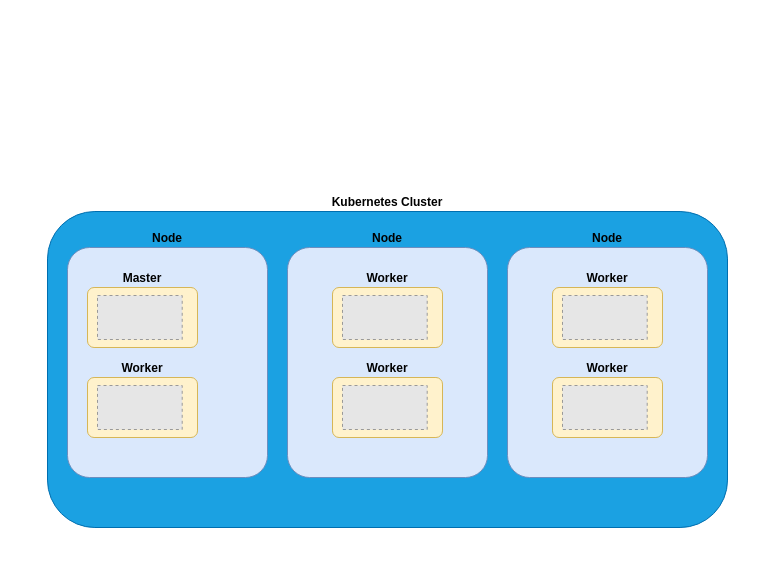
Earlier version of the draw.io diagram Untitled Diagram.drawio (kringen/kube-spark-cluster). Source tidied: cells renumbered, new cells numbered last; positions are measured from the earlier drawing's top-left corner, leaving out a move shared by most shapes. Both pictures are drawn from the tidied source at 100%, with x=0, y=0 at pixel (47, 211). Pictures stored in the file or linked from it are replaced by grey dashed boxes.
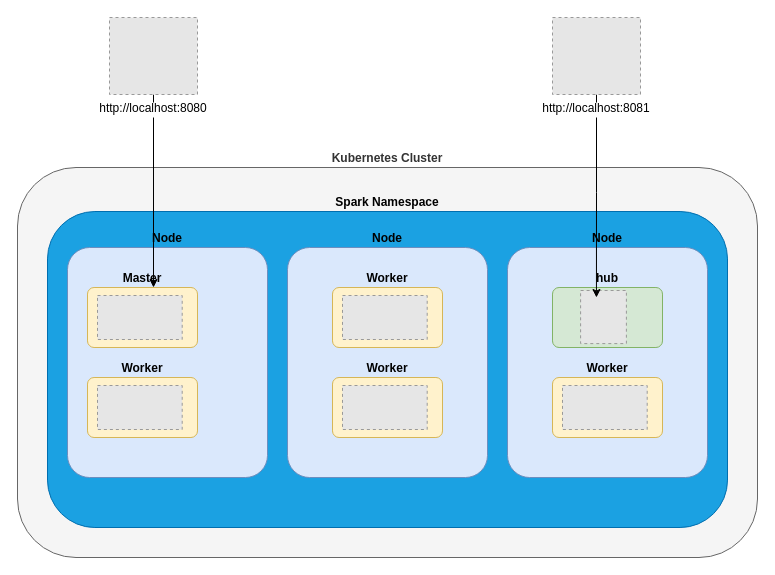
After the change.

Unchanged cells that the change refers to:
```xml
<mxCell id="6" value="Master" style="rounded=1;whiteSpace=wrap;html=1;fillColor=#fff2cc;strokeColor=#d6b656;labelPosition=center;verticalLabelPosition=top;align=center;verticalAlign=bottom;fontStyle=1;arcSize=11;" parent="1" vertex="1">
  <mxGeometry x="40" y="76" width="110" height="60" as="geometry" />
</mxCell>
```

Change to the diagram source:
```diff
@@
+    <mxCell id="18" value="Kubernetes Cluster" style="rounded=1;whiteSpace=wrap;html=1;fillColor=#f5f5f5;strokeColor=#666666;labelPosition=center;verticalLabelPosition=top;align=center;verticalAlign=bottom;fontStyle=1;fontColor=#333333;" parent="1" vertex="1">
+      <mxGeometry x="-30" y="-44" width="740" height="390" as="geometry" />
+    </mxCell>
-    <mxCell id="2" value="Kubernetes Cluster" style="rounded=1;whiteSpace=wrap;html=1;fillColor=#1ba1e2;strokeColor=#006EAF;labelPosition=center;verticalLabelPosition=top;align=center;verticalAlign=bottom;fontStyle=1;" parent="1" vertex="1">
+    <mxCell id="2" value="Spark Namespace" style="rounded=1;whiteSpace=wrap;html=1;fillColor=#1ba1e2;strokeColor=#006EAF;labelPosition=center;verticalLabelPosition=top;align=center;verticalAlign=bottom;fontStyle=1;" parent="1" vertex="1">
       <mxGeometry width="680" height="316" as="geometry" />
     </mxCell>
@@
-    <mxCell id="10" value="Worker" style="rounded=1;whiteSpace=wrap;html=1;fillColor=#fff2cc;strokeColor=#d6b656;labelPosition=center;verticalLabelPosition=top;align=center;verticalAlign=bottom;fontStyle=1;arcSize=11;" parent="1" vertex="1">
-      <mxGeometry x="505" y="76" width="110" height="60" as="geometry" />
-    </mxCell>
-    <mxCell id="11" style="fillColor=#E6E6E6;strokeColor=#999999;dashed=1;verticalLabelPosition=bottom;labelBackgroundColor=#ffffff;verticalAlign=top;" parent="1" vertex="1">
-      <mxGeometry x="515" y="84" width="84.7" height="44" as="geometry" />
-    </mxCell>
@@
+    <mxCell id="19" style="edgeStyle=orthogonalEdgeStyle;rounded=0;jettySize=auto;html=1;entryX=0.6;entryY=0;entryDx=0;entryDy=0;entryPerimeter=0;fontColor=#000000;" parent="1" edge="1" source="20" target="6">
+      <mxGeometry relative="1" as="geometry" />
+    </mxCell>
+    <mxCell id="20" value="http://localhost:8080" style="fillColor=#E6E6E6;strokeColor=#999999;dashed=1;verticalLabelPosition=bottom;labelBackgroundColor=#ffffff;verticalAlign=top;fontColor=#000000;" parent="1" vertex="1">
+      <mxGeometry x="62" y="-194" width="88" height="77" as="geometry" />
+    </mxCell>
+    <mxCell id="21" value="hub" style="rounded=1;whiteSpace=wrap;html=1;fillColor=#d5e8d4;strokeColor=#82b366;labelPosition=center;verticalLabelPosition=top;align=center;verticalAlign=bottom;fontStyle=1;arcSize=11;" parent="1" vertex="1">
+      <mxGeometry x="505" y="76" width="110" height="60" as="geometry" />
+    </mxCell>
+    <mxCell id="22" style="fillColor=#E6E6E6;strokeColor=#999999;dashed=1;verticalLabelPosition=bottom;labelBackgroundColor=#ffffff;verticalAlign=top;" parent="1" vertex="1">
+      <mxGeometry x="533.1" y="79" width="45.8" height="53.1" as="geometry" />
+    </mxCell>
+    <mxCell id="23" style="edgeStyle=orthogonalEdgeStyle;rounded=0;jettySize=auto;html=1;entryX=0.346;entryY=0.132;entryDx=0;entryDy=0;entryPerimeter=0;fontColor=#000000;" parent="1" edge="1" source="24" target="22">
+      <mxGeometry relative="1" as="geometry" />
+    </mxCell>
+    <mxCell id="24" value="http://localhost:8081" style="fillColor=#E6E6E6;strokeColor=#999999;dashed=1;verticalLabelPosition=bottom;labelBackgroundColor=#ffffff;verticalAlign=top;fontColor=#000000;" parent="1" vertex="1">
+      <mxGeometry x="505" y="-194" width="88" height="77" as="geometry" />
+    </mxCell>
```
